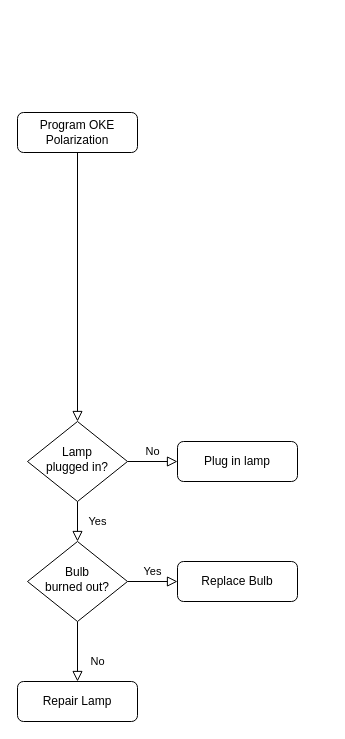
Above: Untitled Diagram.drawio in CatherineMoulder/Fortran (draw.io), before the change. Source tidied: cells renumbered, new cells numbered last; positions are measured from the earlier drawing's top-left corner, leaving out a move shared by most shapes. Both pictures are drawn from the tidied source at 100%, with x=0, y=0 at pixel (17, 112).
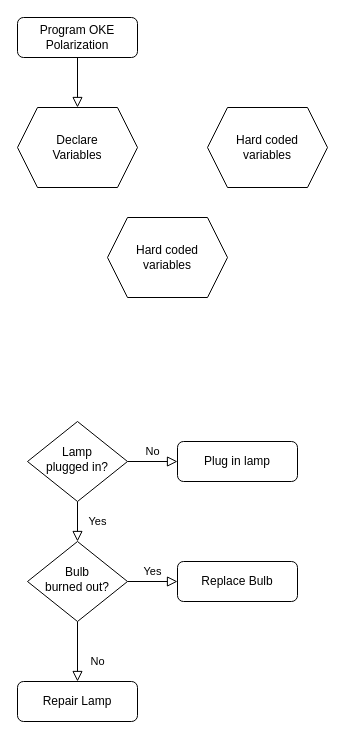
After the change.

Diff of the diagram source:
```diff
@@
 <mxGraphModel>
   <root>
     <mxCell id="0" />
     <mxCell id="1" parent="0" />
-    <mxCell id="2" style="rounded=0;html=1;jettySize=auto;fontSize=11;endArrow=block;endFill=0;endSize=8;strokeWidth=1;shadow=0;labelBackgroundColor=none;edgeStyle=orthogonalEdgeStyle;" parent="1" edge="1" source="3" target="6">
+    <mxCell id="2" style="rounded=0;html=1;jettySize=auto;fontSize=11;endArrow=block;endFill=0;endSize=8;strokeWidth=1;shadow=0;labelBackgroundColor=none;edgeStyle=orthogonalEdgeStyle;" parent="1" edge="1" source="3" target="13">
       <mxGeometry relative="1" as="geometry" />
     </mxCell>
     <mxCell id="3" value="Program OKE&lt;br&gt;Polarization" style="rounded=1;whiteSpace=wrap;html=1;fontSize=12;glass=0;strokeWidth=1;shadow=0;" parent="1" vertex="1">
-      <mxGeometry width="120" height="40" as="geometry" />
+      <mxGeometry y="-95" width="120" height="40" as="geometry" />
     </mxCell>
     <mxCell id="4" value="Yes" style="rounded=0;html=1;jettySize=auto;fontSize=11;endArrow=block;endFill=0;endSize=8;strokeWidth=1;shadow=0;labelBackgroundColor=none;edgeStyle=orthogonalEdgeStyle;" parent="1" edge="1" source="6" target="10">
       <mxGeometry y="20" relative="1" as="geometry" />
     </mxCell>
     <mxCell id="5" value="No" style="edgeStyle=orthogonalEdgeStyle;rounded=0;html=1;jettySize=auto;fontSize=11;endArrow=block;endFill=0;endSize=8;strokeWidth=1;shadow=0;labelBackgroundColor=none;" parent="1" edge="1" source="6" target="7">
       <mxGeometry y="10" relative="1" as="geometry" />
     </mxCell>
     <mxCell id="6" value="Lamp&lt;br&gt;plugged in?" style="rhombus;whiteSpace=wrap;html=1;shadow=0;fontFamily=Helvetica;fontSize=12;align=center;strokeWidth=1;spacing=6;spacingTop=-4;" parent="1" vertex="1">
       <mxGeometry x="10" y="309" width="100" height="80" as="geometry" />
     </mxCell>
     <mxCell id="7" value="Plug in lamp" style="rounded=1;whiteSpace=wrap;html=1;fontSize=12;glass=0;strokeWidth=1;shadow=0;" parent="1" vertex="1">
       <mxGeometry x="160" y="329" width="120" height="40" as="geometry" />
     </mxCell>
     <mxCell id="8" value="No" style="rounded=0;html=1;jettySize=auto;fontSize=11;endArrow=block;endFill=0;endSize=8;strokeWidth=1;shadow=0;labelBackgroundColor=none;edgeStyle=orthogonalEdgeStyle;" parent="1" edge="1" source="10" target="11">
       <mxGeometry x="0.33" y="20" relative="1" as="geometry" />
     </mxCell>
     <mxCell id="9" value="Yes" style="edgeStyle=orthogonalEdgeStyle;rounded=0;html=1;jettySize=auto;fontSize=11;endArrow=block;endFill=0;endSize=8;strokeWidth=1;shadow=0;labelBackgroundColor=none;" parent="1" edge="1" source="10" target="12">
       <mxGeometry y="10" relative="1" as="geometry" />
     </mxCell>
     <mxCell id="10" value="Bulb&lt;br&gt;burned out?" style="rhombus;whiteSpace=wrap;html=1;shadow=0;fontFamily=Helvetica;fontSize=12;align=center;strokeWidth=1;spacing=6;spacingTop=-4;" parent="1" vertex="1">
       <mxGeometry x="10" y="429" width="100" height="80" as="geometry" />
     </mxCell>
     <mxCell id="11" value="Repair Lamp" style="rounded=1;whiteSpace=wrap;html=1;fontSize=12;glass=0;strokeWidth=1;shadow=0;" parent="1" vertex="1">
       <mxGeometry y="569" width="120" height="40" as="geometry" />
     </mxCell>
     <mxCell id="12" value="Replace Bulb" style="rounded=1;whiteSpace=wrap;html=1;fontSize=12;glass=0;strokeWidth=1;shadow=0;" parent="1" vertex="1">
       <mxGeometry x="160" y="449" width="120" height="40" as="geometry" />
     </mxCell>
+    <mxCell id="13" value="Declare &lt;br&gt;Variables" style="shape=hexagon;perimeter=hexagonPerimeter2;whiteSpace=wrap;html=1;fixedSize=1;" parent="1" vertex="1">
+      <mxGeometry y="-5" width="120" height="80" as="geometry" />
+    </mxCell>
+    <mxCell id="14" value="Hard coded &lt;br&gt;variables" style="shape=hexagon;perimeter=hexagonPerimeter2;whiteSpace=wrap;html=1;fixedSize=1;" parent="1" vertex="1">
+      <mxGeometry x="190" y="-5" width="120" height="80" as="geometry" />
+    </mxCell>
+    <mxCell id="15" value="Hard coded &lt;br&gt;variables" style="shape=hexagon;perimeter=hexagonPerimeter2;whiteSpace=wrap;html=1;fixedSize=1;" parent="1" vertex="1">
+      <mxGeometry x="90" y="105" width="120" height="80" as="geometry" />
+    </mxCell>
   </root>
 </mxGraphModel>
```
